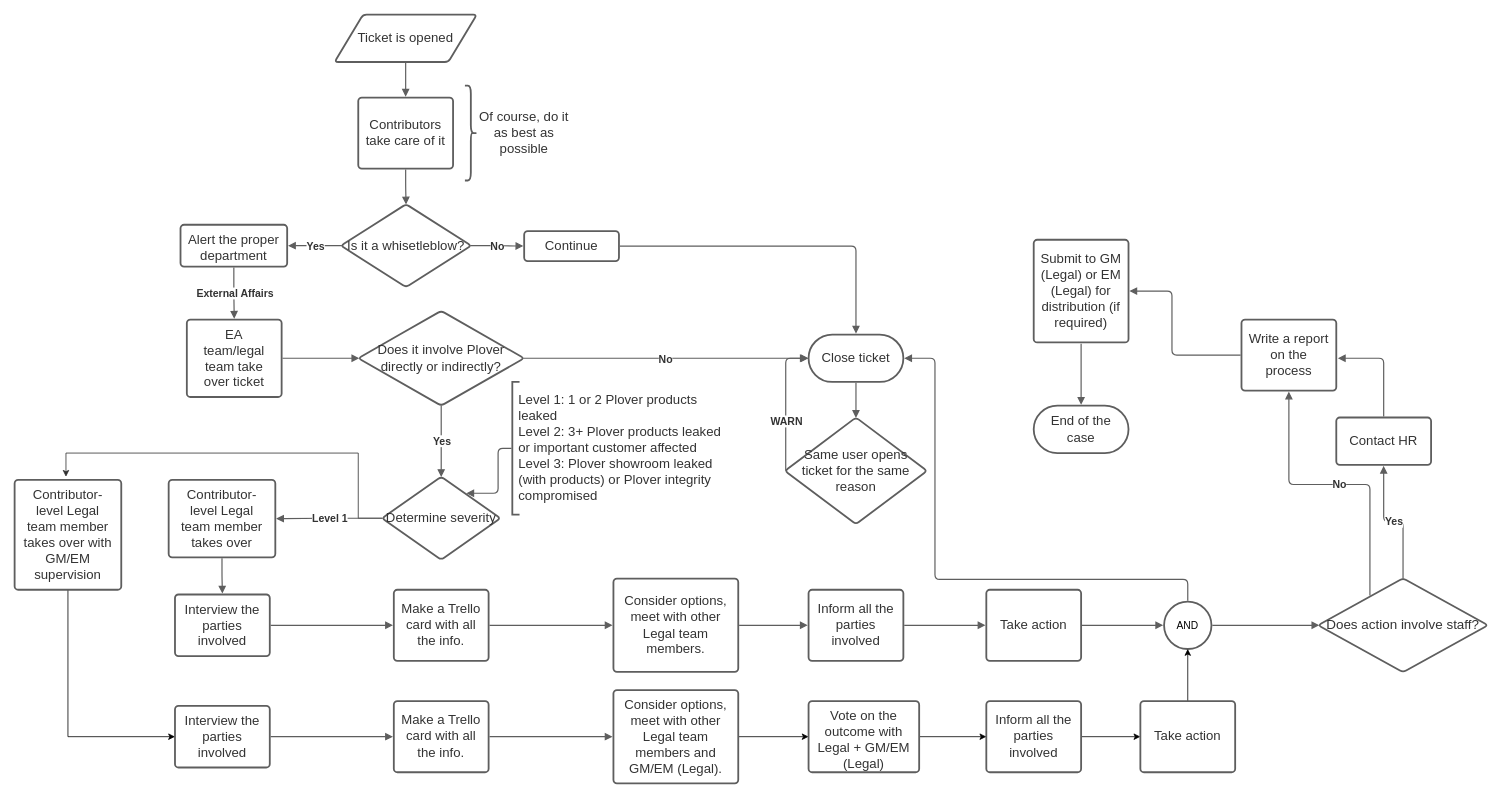
Before: Untitled Diagram.drawio in Peiprjs/Peiprjs, a draw.io diagram. Source tidied: cells renumbered, new cells numbered last; positions are measured from the earlier drawing's top-left corner, leaving out a move shared by most shapes. Both pictures are drawn from the tidied source at 79%, with x=0, y=0 at pixel (14, 14).
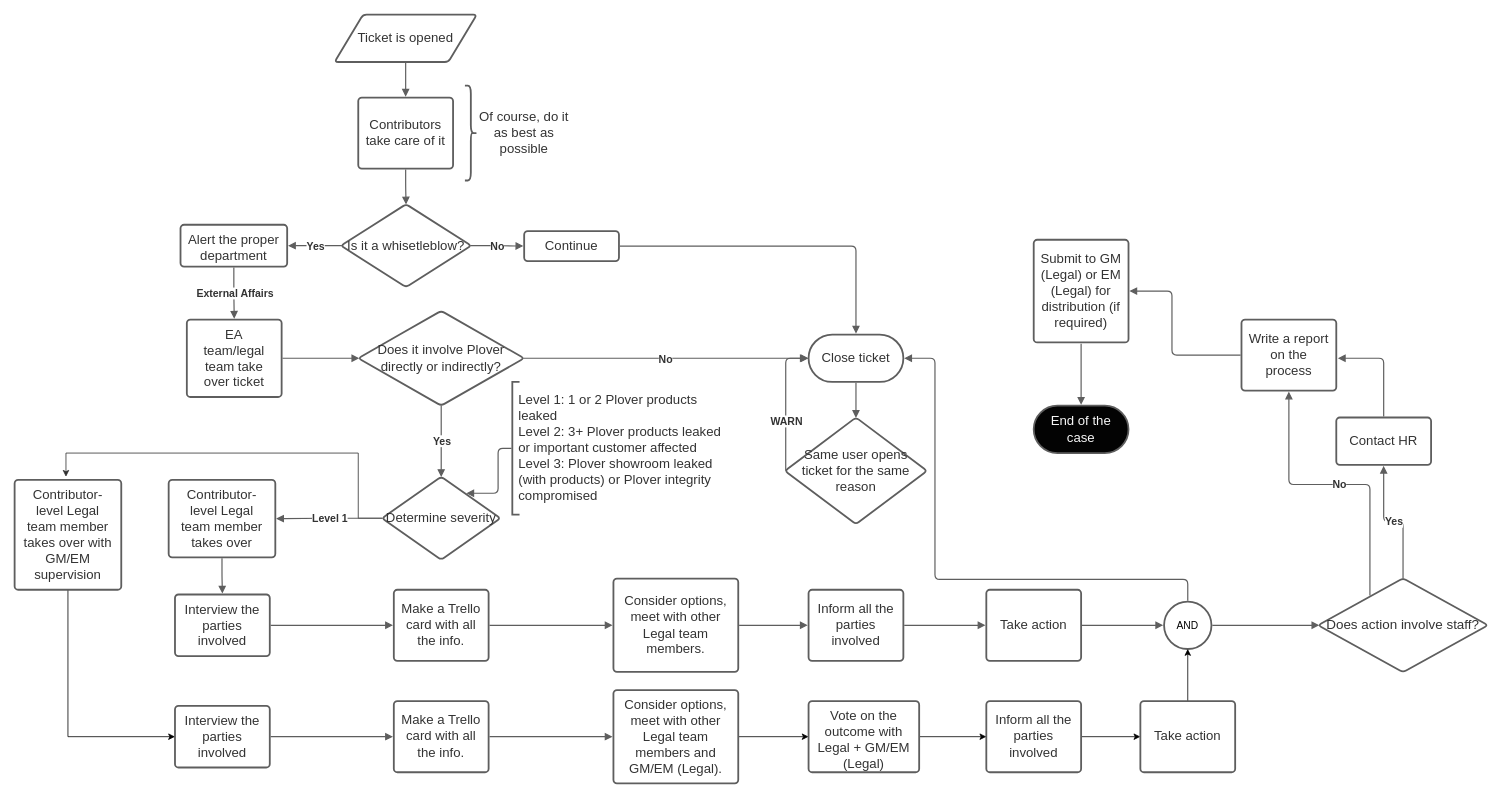
The same diagram, later.

Diff of the diagram source:
```diff
@@
-    <mxCell id="63" value="End of the case" style="html=1;overflow=block;blockSpacing=1;whiteSpace=wrap;rounded=1;arcSize=50;whiteSpace=wrap;fontSize=16.7;fontColor=#333333;spacing=3.8;strokeColor=#5e5e5e;strokeOpacity=100;strokeWidth=2.3;" parent="1" vertex="1">
+    <mxCell id="63" value="&lt;font color=&quot;#F7F7F7&quot;&gt;End of the case&lt;/font&gt;" style="html=1;overflow=block;blockSpacing=1;whiteSpace=wrap;rounded=1;arcSize=50;whiteSpace=wrap;fontSize=16.7;fontColor=#333333;spacing=3.8;strokeColor=#5e5e5e;strokeOpacity=100;strokeWidth=2.3;fillColor=#030303;" parent="1" vertex="1">
       <mxGeometry x="1290" y="495" width="120" height="60" as="geometry" />
     </mxCell>
```
